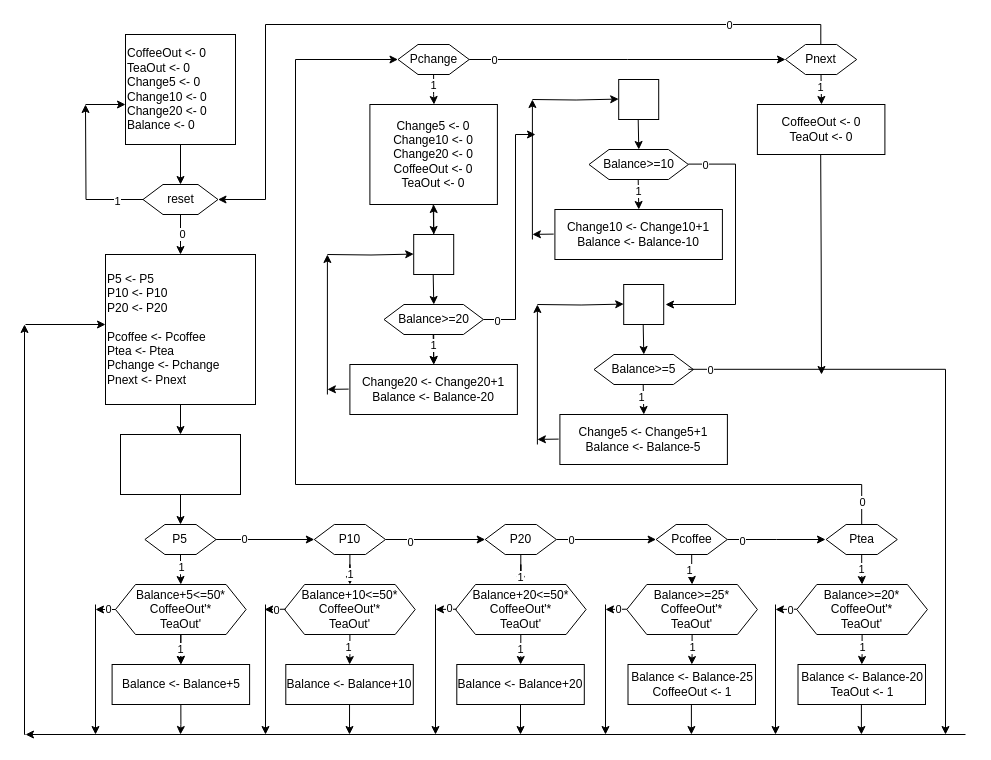
The draw.io diagram vending_machine.drawio in bookpanda/2110263-DIG-LOGIC-LAB-I, before the edit. Source tidied: cells renumbered, new cells numbered last; positions are measured from the earlier drawing's top-left corner, leaving out a move shared by most shapes. Both pictures are drawn from the tidied source at 100%, with x=0, y=0 at pixel (24, 24).
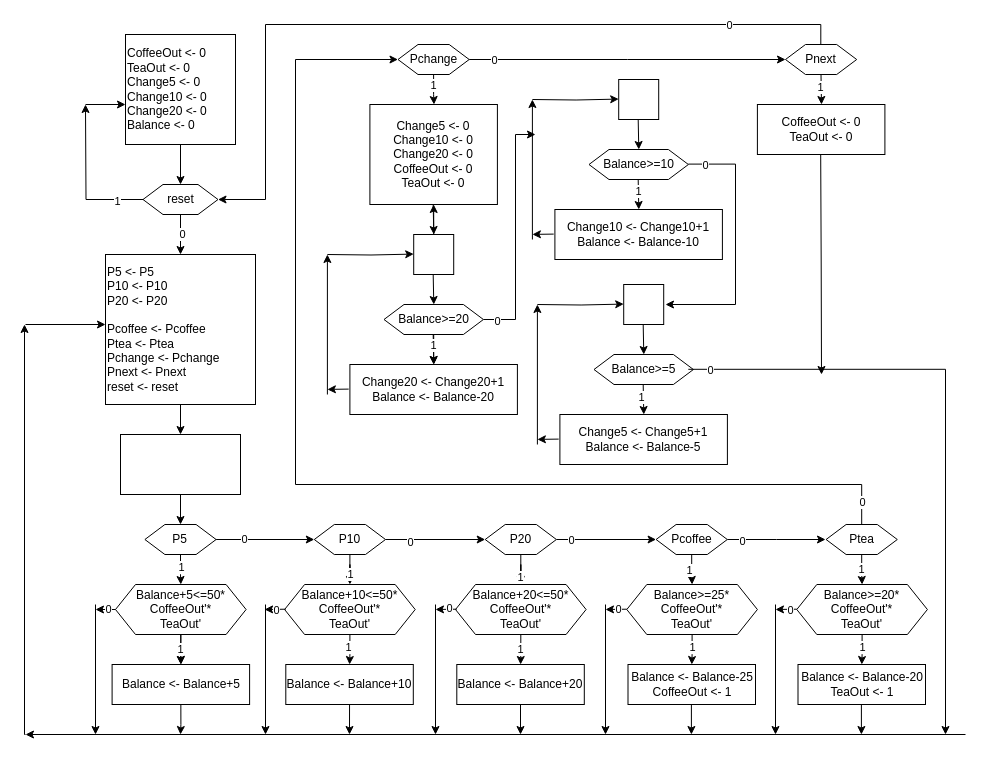
After the change.

The edit, as a diff of the source:
```diff
@@
-    <mxCell id="11" value="P5 &amp;lt;- P5&lt;br&gt;P10 &amp;lt;- P10&lt;br&gt;P20 &amp;lt;- P20&lt;br&gt;&lt;br&gt;Pcoffee &amp;lt;- Pcoffee&lt;br&gt;Ptea &amp;lt;- Ptea&lt;br&gt;&lt;div style=&quot;&quot;&gt;&lt;span style=&quot;background-color: initial;&quot;&gt;Pchange &amp;lt;- Pchange&lt;/span&gt;&lt;/div&gt;&lt;div style=&quot;&quot;&gt;&lt;span style=&quot;background-color: initial;&quot;&gt;Pnext &amp;lt;- Pnext&lt;br&gt;&lt;/span&gt;&lt;/div&gt;" style="whiteSpace=wrap;html=1;align=left;" parent="1" vertex="1">
+    <mxCell id="11" value="P5 &amp;lt;- P5&lt;br&gt;P10 &amp;lt;- P10&lt;br&gt;P20 &amp;lt;- P20&lt;br&gt;&lt;br&gt;Pcoffee &amp;lt;- Pcoffee&lt;br&gt;Ptea &amp;lt;- Ptea&lt;br&gt;&lt;div style=&quot;&quot;&gt;&lt;span style=&quot;background-color: initial;&quot;&gt;Pchange &amp;lt;- Pchange&lt;/span&gt;&lt;/div&gt;&lt;div style=&quot;&quot;&gt;&lt;span style=&quot;background-color: initial;&quot;&gt;Pnext &amp;lt;- Pnext&lt;br&gt;&lt;/span&gt;&lt;/div&gt;&lt;div style=&quot;&quot;&gt;reset &amp;lt;- reset&lt;/div&gt;" style="whiteSpace=wrap;html=1;align=left;" parent="1" vertex="1">
       <mxGeometry x="81" y="230" width="150" height="150" as="geometry" />
     </mxCell>
```
